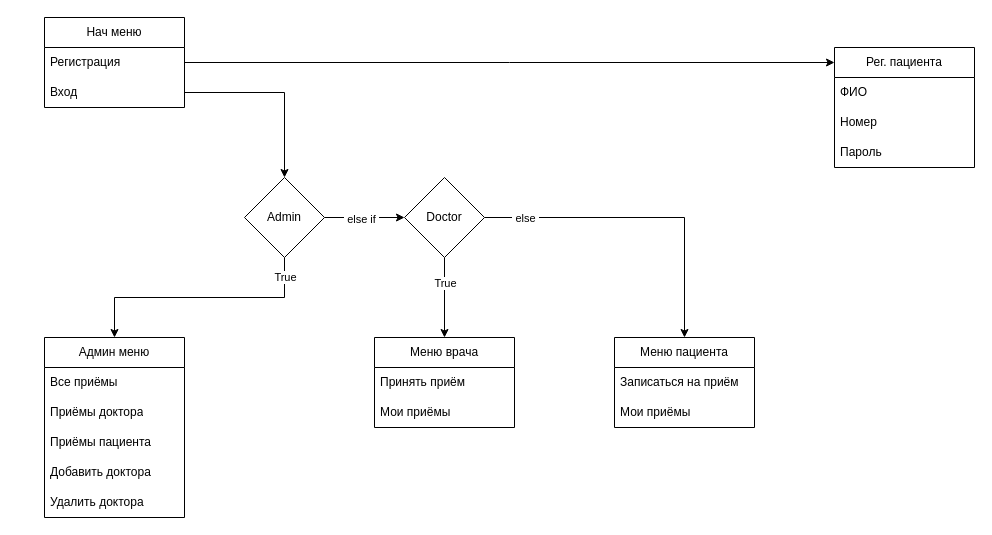
The draw.io diagram doc/interface.drawio in Zzior/clinic-app, before the edit. Source tidied: cells renumbered, new cells numbered last; positions are measured from the earlier drawing's top-left corner, leaving out a move shared by most shapes. Both pictures are drawn from the tidied source at 100%, with x=0, y=0 at pixel (44, 17).
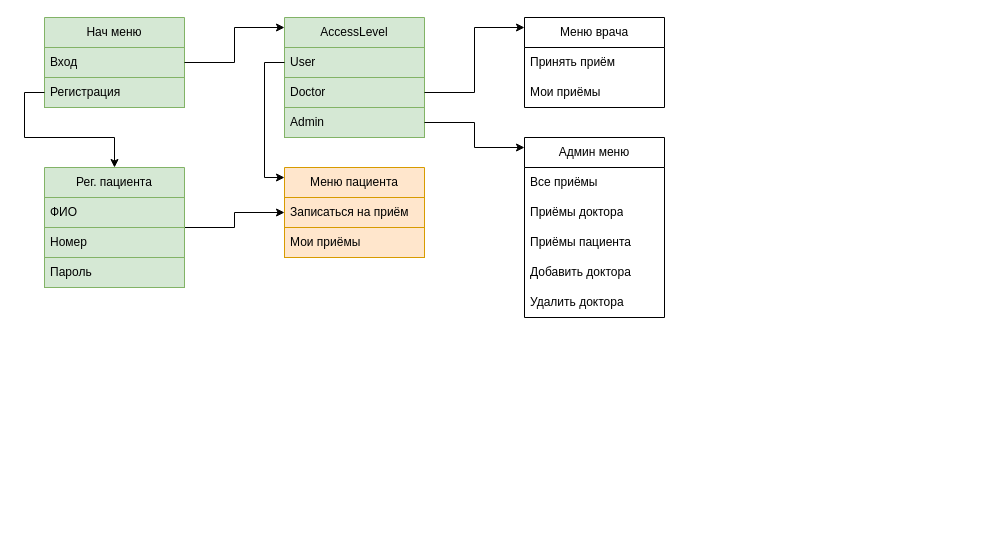
The same diagram, later.

Diff of the diagram source:
```diff
@@
-    <mxCell id="2" value="Нач меню" style="swimlane;fontStyle=0;horizontal=1;startSize=30;whiteSpace=wrap;html=1;" parent="1" vertex="1">
+    <mxCell id="2" value="Нач меню" style="swimlane;fontStyle=0;horizontal=1;startSize=30;whiteSpace=wrap;html=1;fillColor=#d5e8d4;strokeColor=#82b366;" parent="1" vertex="1">
       <mxGeometry width="140" height="90" as="geometry" />
     </mxCell>
+    <mxCell id="4" value="Вход" style="text;strokeColor=#82b366;fillColor=#d5e8d4;align=left;verticalAlign=middle;spacingLeft=4;spacingRight=4;overflow=hidden;points=[[0,0.5],[1,0.5]];portConstraint=eastwest;whiteSpace=wrap;html=1;" parent="2" vertex="1">
+      <mxGeometry y="30" width="140" height="30" as="geometry" />
+    </mxCell>
-    <mxCell id="3" value="Регистрация" style="text;strokeColor=none;fillColor=none;align=left;verticalAlign=middle;spacingLeft=4;spacingRight=4;overflow=hidden;points=[[0,0.5],[1,0.5]];portConstraint=eastwest;whiteSpace=wrap;html=1;" parent="2" vertex="1">
-      <mxGeometry y="30" width="140" height="30" as="geometry" />
+    <mxCell id="3" value="Регистрация" style="text;strokeColor=#82b366;fillColor=#d5e8d4;align=left;verticalAlign=middle;spacingLeft=4;spacingRight=4;overflow=hidden;points=[[0,0.5],[1,0.5]];portConstraint=eastwest;whiteSpace=wrap;html=1;" parent="2" vertex="1">
+      <mxGeometry y="60" width="140" height="30" as="geometry" />
     </mxCell>
-    <mxCell id="4" value="Вход" style="text;strokeColor=none;fillColor=none;align=left;verticalAlign=middle;spacingLeft=4;spacingRight=4;overflow=hidden;points=[[0,0.5],[1,0.5]];portConstraint=eastwest;whiteSpace=wrap;html=1;" parent="2" vertex="1">
-      <mxGeometry y="60" width="140" height="30" as="geometry" />
-    </mxCell>
-    <mxCell id="5" style="edgeStyle=orthogonalEdgeStyle;rounded=0;jettySize=auto;html=1;" parent="1" edge="1" source="9" target="11">
-      <mxGeometry relative="1" as="geometry">
-        <Array as="points">
-          <mxPoint x="240" y="280" />
-          <mxPoint x="70" y="280" />
-        </Array>
-      </mxGeometry>
-    </mxCell>
-    <mxCell id="6" value="True" style="edgeLabel;html=1;align=center;verticalAlign=middle;" parent="5" vertex="1">
-      <mxGeometry x="-0.85" relative="1" as="geometry" />
-    </mxCell>
-    <mxCell id="7" style="edgeStyle=orthogonalEdgeStyle;rounded=0;jettySize=auto;html=1;" parent="1" edge="1" source="9" target="21">
-      <mxGeometry relative="1" as="geometry" />
-    </mxCell>
-    <mxCell id="8" value="&amp;nbsp;else if&amp;nbsp;" style="edgeLabel;html=1;align=center;verticalAlign=middle;" parent="7" vertex="1">
-      <mxGeometry x="-0.11" y="-1" relative="1" as="geometry" />
-    </mxCell>
-    <mxCell id="9" value="Admin" style="rhombus;whiteSpace=wrap;html=1;" parent="1" vertex="1">
-      <mxGeometry x="200" y="160" width="80" height="80" as="geometry" />
-    </mxCell>
-    <mxCell id="10" style="edgeStyle=orthogonalEdgeStyle;rounded=0;jettySize=auto;html=1;" parent="1" edge="1" source="4" target="9">
-      <mxGeometry relative="1" as="geometry" />
-    </mxCell>
     <mxCell id="11" value="Админ меню" style="swimlane;fontStyle=0;horizontal=1;startSize=30;whiteSpace=wrap;html=1;" parent="1" vertex="1">
-      <mxGeometry y="320" width="140" height="180" as="geometry" />
+      <mxGeometry x="480" y="120" width="140" height="180" as="geometry" />
     </mxCell>
@@
-    <mxCell id="17" style="edgeStyle=orthogonalEdgeStyle;rounded=0;jettySize=auto;html=1;" parent="1" edge="1" source="21" target="22">
-      <mxGeometry relative="1" as="geometry" />
-    </mxCell>
-    <mxCell id="18" value="True" style="edgeLabel;html=1;align=center;verticalAlign=middle;" parent="17" vertex="1">
-      <mxGeometry x="-0.37" relative="1" as="geometry" />
-    </mxCell>
-    <mxCell id="19" style="edgeStyle=orthogonalEdgeStyle;rounded=0;jettySize=auto;html=1;" parent="1" edge="1" source="21" target="25">
-      <mxGeometry relative="1" as="geometry" />
-    </mxCell>
-    <mxCell id="20" value="&amp;nbsp;else&amp;nbsp;" style="edgeLabel;html=1;align=center;verticalAlign=middle;" parent="19" vertex="1">
-      <mxGeometry x="-0.75" relative="1" as="geometry" />
-    </mxCell>
-    <mxCell id="21" value="Doctor" style="rhombus;whiteSpace=wrap;html=1;" parent="1" vertex="1">
-      <mxGeometry x="360" y="160" width="80" height="80" as="geometry" />
-    </mxCell>
     <mxCell id="22" value="Меню врача" style="swimlane;fontStyle=0;horizontal=1;startSize=30;whiteSpace=wrap;html=1;" parent="1" vertex="1">
-      <mxGeometry x="330" y="320" width="140" height="90" as="geometry" />
+      <mxGeometry x="480" width="140" height="90" as="geometry" />
     </mxCell>
@@
-    <mxCell id="25" value="Меню пациента" style="swimlane;fontStyle=0;horizontal=1;startSize=30;whiteSpace=wrap;html=1;" parent="1" vertex="1">
-      <mxGeometry x="570" y="320" width="140" height="90" as="geometry" />
+    <mxCell id="25" value="Меню пациента" style="swimlane;fontStyle=0;horizontal=1;startSize=30;whiteSpace=wrap;html=1;fillColor=#ffe6cc;strokeColor=#d79b00;" parent="1" vertex="1">
+      <mxGeometry x="240" y="150" width="140" height="90" as="geometry" />
     </mxCell>
-    <mxCell id="26" value="Записаться на приём" style="text;strokeColor=none;fillColor=none;align=left;verticalAlign=middle;spacingLeft=4;spacingRight=4;overflow=hidden;whiteSpace=wrap;html=1;" parent="25" vertex="1">
+    <mxCell id="26" value="Записаться на приём" style="text;strokeColor=#d79b00;fillColor=#ffe6cc;align=left;verticalAlign=middle;spacingLeft=4;spacingRight=4;overflow=hidden;whiteSpace=wrap;html=1;" parent="25" vertex="1">
       <mxGeometry y="30" width="140" height="30" as="geometry" />
     </mxCell>
-    <mxCell id="27" value="Мои приёмы" style="text;strokeColor=none;fillColor=none;align=left;verticalAlign=middle;spacingLeft=4;spacingRight=4;overflow=hidden;whiteSpace=wrap;html=1;" parent="25" vertex="1">
+    <mxCell id="27" value="Мои приёмы" style="text;strokeColor=#d79b00;fillColor=#ffe6cc;align=left;verticalAlign=middle;spacingLeft=4;spacingRight=4;overflow=hidden;whiteSpace=wrap;html=1;" parent="25" vertex="1">
       <mxGeometry y="60" width="140" height="30" as="geometry" />
     </mxCell>
+    <mxCell id="33" style="edgeStyle=orthogonalEdgeStyle;rounded=0;jettySize=auto;html=1;" parent="1" edge="1" source="28" target="25">
+      <mxGeometry relative="1" as="geometry" />
+    </mxCell>
-    <mxCell id="28" value="Рег. пациента" style="swimlane;fontStyle=0;horizontal=1;startSize=30;whiteSpace=wrap;html=1;" parent="1" vertex="1">
-      <mxGeometry x="790" y="30" width="140" height="120" as="geometry" />
+    <mxCell id="28" value="Рег. пациента" style="swimlane;fontStyle=0;horizontal=1;startSize=30;whiteSpace=wrap;html=1;fillColor=#d5e8d4;strokeColor=#82b366;" parent="1" vertex="1">
+      <mxGeometry y="150" width="140" height="120" as="geometry" />
     </mxCell>
-    <mxCell id="29" value="ФИО" style="text;strokeColor=none;fillColor=none;align=left;verticalAlign=middle;spacingLeft=4;spacingRight=4;overflow=hidden;whiteSpace=wrap;html=1;" parent="28" vertex="1">
+    <mxCell id="29" value="ФИО" style="text;strokeColor=#82b366;fillColor=#d5e8d4;align=left;verticalAlign=middle;spacingLeft=4;spacingRight=4;overflow=hidden;whiteSpace=wrap;html=1;" parent="28" vertex="1">
       <mxGeometry y="30" width="140" height="30" as="geometry" />
     </mxCell>
-    <mxCell id="30" value="Номер" style="text;strokeColor=none;fillColor=none;align=left;verticalAlign=middle;spacingLeft=4;spacingRight=4;overflow=hidden;whiteSpace=wrap;html=1;" parent="28" vertex="1">
+    <mxCell id="30" value="Номер" style="text;strokeColor=#82b366;fillColor=#d5e8d4;align=left;verticalAlign=middle;spacingLeft=4;spacingRight=4;overflow=hidden;whiteSpace=wrap;html=1;" parent="28" vertex="1">
       <mxGeometry y="60" width="140" height="30" as="geometry" />
     </mxCell>
-    <mxCell id="31" value="Пароль" style="text;strokeColor=none;fillColor=none;align=left;verticalAlign=middle;spacingLeft=4;spacingRight=4;overflow=hidden;whiteSpace=wrap;html=1;" parent="28" vertex="1">
+    <mxCell id="31" value="Пароль" style="text;strokeColor=#82b366;fillColor=#d5e8d4;align=left;verticalAlign=middle;spacingLeft=4;spacingRight=4;overflow=hidden;whiteSpace=wrap;html=1;" parent="28" vertex="1">
       <mxGeometry y="90" width="140" height="30" as="geometry" />
     </mxCell>
-    <mxCell id="32" style="edgeStyle=orthogonalEdgeStyle;rounded=0;jettySize=auto;html=1;" parent="1" edge="1" source="3">
-      <mxGeometry relative="1" as="geometry">
-        <mxPoint x="790" y="45" as="targetPoint" />
-      </mxGeometry>
-    </mxCell>
+    <mxCell id="34" style="edgeStyle=orthogonalEdgeStyle;rounded=0;jettySize=auto;html=1;" parent="1" edge="1" source="3" target="28">
+      <mxGeometry relative="1" as="geometry" />
+    </mxCell>
+    <mxCell id="35" value="AccessLevel" style="swimlane;fontStyle=0;horizontal=1;startSize=30;whiteSpace=wrap;html=1;fillColor=#d5e8d4;strokeColor=#82b366;" parent="1" vertex="1">
+      <mxGeometry x="240" width="140" height="120" as="geometry" />
+    </mxCell>
+    <mxCell id="36" value="User" style="text;strokeColor=#82b366;fillColor=#d5e8d4;align=left;verticalAlign=middle;spacingLeft=4;spacingRight=4;overflow=hidden;points=[[0,0.5],[1,0.5]];portConstraint=eastwest;whiteSpace=wrap;html=1;" parent="35" vertex="1">
+      <mxGeometry y="30" width="140" height="30" as="geometry" />
+    </mxCell>
+    <mxCell id="21" value="Doctor" style="text;strokeColor=#82b366;fillColor=#d5e8d4;align=left;verticalAlign=middle;spacingLeft=4;spacingRight=4;overflow=hidden;points=[[0,0.5],[1,0.5]];portConstraint=eastwest;whiteSpace=wrap;html=1;" parent="35" vertex="1">
+      <mxGeometry y="60" width="140" height="30" as="geometry" />
+    </mxCell>
+    <mxCell id="9" value="Admin" style="text;strokeColor=#82b366;fillColor=#d5e8d4;align=left;verticalAlign=middle;spacingLeft=4;spacingRight=4;overflow=hidden;points=[[0,0.5],[1,0.5]];portConstraint=eastwest;whiteSpace=wrap;html=1;" parent="35" vertex="1">
+      <mxGeometry y="90" width="140" height="30" as="geometry" />
+    </mxCell>
+    <mxCell id="37" style="edgeStyle=orthogonalEdgeStyle;rounded=0;jettySize=auto;html=1;" parent="1" edge="1" source="4" target="35">
+      <mxGeometry relative="1" as="geometry">
+        <Array as="points">
+          <mxPoint x="190" y="45" />
+          <mxPoint x="190" y="10" />
+        </Array>
+      </mxGeometry>
+    </mxCell>
+    <mxCell id="38" style="edgeStyle=orthogonalEdgeStyle;rounded=0;jettySize=auto;html=1;" parent="1" edge="1" source="36" target="25">
+      <mxGeometry relative="1" as="geometry">
+        <Array as="points">
+          <mxPoint x="220" y="45" />
+          <mxPoint x="220" y="160" />
+        </Array>
+      </mxGeometry>
+    </mxCell>
+    <mxCell id="17" style="edgeStyle=orthogonalEdgeStyle;rounded=0;jettySize=auto;html=1;" parent="1" edge="1" source="21" target="22">
+      <mxGeometry relative="1" as="geometry">
+        <Array as="points">
+          <mxPoint x="430" y="75" />
+          <mxPoint x="430" y="10" />
+        </Array>
+      </mxGeometry>
+    </mxCell>
+    <mxCell id="5" style="edgeStyle=orthogonalEdgeStyle;rounded=0;jettySize=auto;html=1;" parent="1" edge="1" source="9" target="11">
+      <mxGeometry relative="1" as="geometry">
+        <Array as="points">
+          <mxPoint x="430" y="105" />
+          <mxPoint x="430" y="130" />
+        </Array>
+      </mxGeometry>
+    </mxCell>
```
